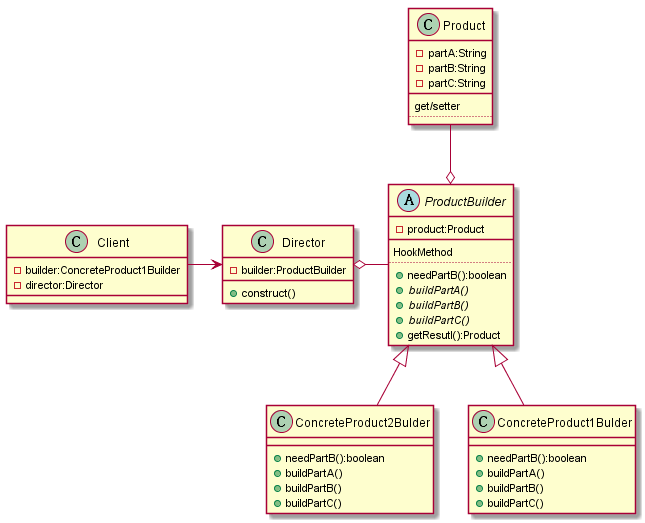
Above: src/me/ronggenliu/dp/creation/builder/classes.png in ronggenliu/DesignPattern (PlantUML), before the change. The source it was exported from:
```plantuml
@startuml

class Client {
    - builder:ConcreteProduct1Builder
    - director:Director
}

class Director {
    - builder:ProductBuilder
    + construct()
}

abstract class ProductBuilder {
    - product:Product
    __
    HookMethod
    ..
    + needPartB():boolean
    + {abstract} buildPartA()
    + {abstract} buildPartB()
    + {abstract} buildPartC()

    + getResutl():Product

}
together {
    class ConcreteProduct1Bulder {
        + needPartB():boolean
        + buildPartA()
        + buildPartB()
        + buildPartC()
    }
    class ConcreteProduct2Bulder {
        + needPartB():boolean
        + buildPartA()
        + buildPartB()
        + buildPartC()
    }
}

class Product {
    - partA:String
    - partB:String
    - partC:String
    __
    get/setter
    ..
}

Client -right-> Director
Director o-right- ProductBuilder
ProductBuilder o-up- Product
ProductBuilder <|-- ConcreteProduct1Bulder
ProductBuilder <|-- ConcreteProduct2Bulder

@enduml
```
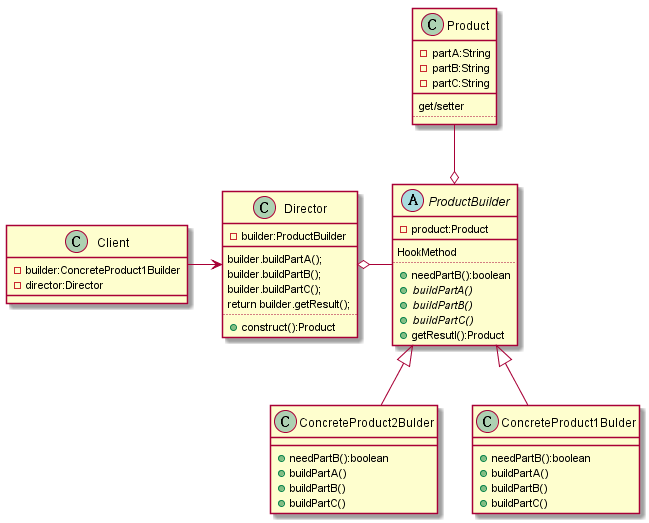
After the change.

Commit message:
add class diagram.

The edit, as a diff of the source:
```diff
@@ -7,7 +7,13 @@
 
 class Director {
     - builder:ProductBuilder
-    + construct()
+    __
+    builder.buildPartA();
+    builder.buildPartB();
+    builder.buildPartC();
+    return builder.getResult();
+    ..
+    + construct():Product
 }
 
 abstract class ProductBuilder {
```
